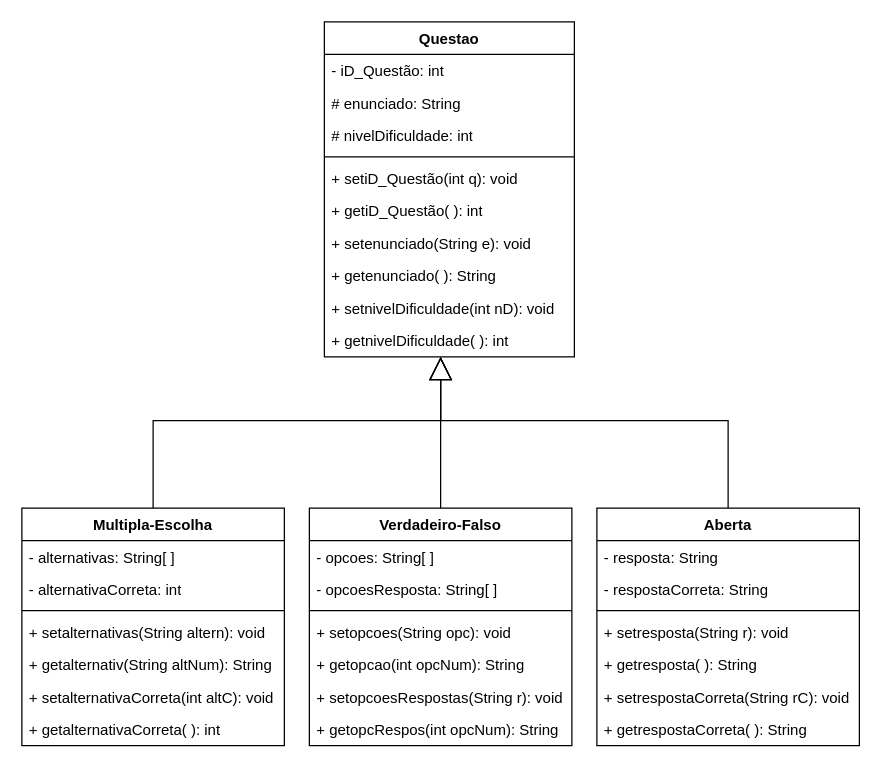
Before: diagramas/Classes/GAApD Classes.drawio in ogaiH007/Gerador-Automatico-de-Avaliacoes-para-Disciplinas, a draw.io diagram. Source tidied: cells renumbered, new cells numbered last; positions are measured from the earlier drawing's top-left corner, leaving out a move shared by most shapes. Both pictures are drawn from the tidied source at 125%, with x=0, y=0 at pixel (21, 21).
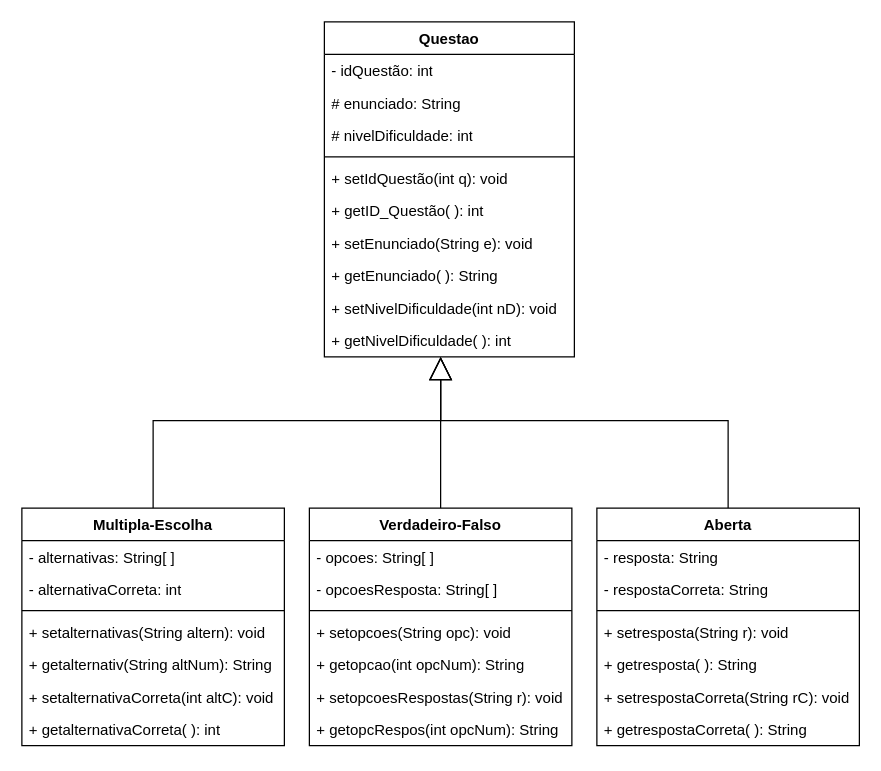
After the change.

The change refers to these unchanged cells:
```xml
<mxCell id="2" value="Questao" style="swimlane;fontStyle=1;align=center;verticalAlign=top;horizontal=1;startSize=26;whiteSpace=wrap;html=1;" parent="1" vertex="1">
  <mxGeometry x="242" width="200" height="268" as="geometry" />
</mxCell>
```

What changed in the source:
```diff
@@
-    <mxCell id="3" value="- iD_Questão: int" style="text;strokeColor=none;fillColor=none;align=left;verticalAlign=top;spacingLeft=4;spacingRight=4;overflow=hidden;whiteSpace=wrap;html=1;" parent="2" vertex="1">
+    <mxCell id="3" value="- idQuestão: int" style="text;strokeColor=none;fillColor=none;align=left;verticalAlign=top;spacingLeft=4;spacingRight=4;overflow=hidden;whiteSpace=wrap;html=1;" parent="2" vertex="1">
       <mxGeometry y="26" width="200" height="26" as="geometry" />
     </mxCell>
@@
-    <mxCell id="7" value="+ setiD_Questão(int q): void" style="text;strokeColor=none;fillColor=none;align=left;verticalAlign=top;spacingLeft=4;spacingRight=4;overflow=hidden;whiteSpace=wrap;html=1;" parent="2" vertex="1">
+    <mxCell id="7" value="+ setIdQuestão(int q): void" style="text;strokeColor=none;fillColor=none;align=left;verticalAlign=top;spacingLeft=4;spacingRight=4;overflow=hidden;whiteSpace=wrap;html=1;" parent="2" vertex="1">
       <mxGeometry y="112" width="200" height="26" as="geometry" />
     </mxCell>
-    <mxCell id="8" value="+ getiD_Questão( ): int" style="text;strokeColor=none;fillColor=none;align=left;verticalAlign=top;spacingLeft=4;spacingRight=4;overflow=hidden;whiteSpace=wrap;html=1;" parent="2" vertex="1">
+    <mxCell id="8" value="+ getID_Questão( ): int" style="text;strokeColor=none;fillColor=none;align=left;verticalAlign=top;spacingLeft=4;spacingRight=4;overflow=hidden;whiteSpace=wrap;html=1;" parent="2" vertex="1">
       <mxGeometry y="138" width="200" height="26" as="geometry" />
     </mxCell>
-    <mxCell id="9" value="+ setenunciado(String e): void" style="text;strokeColor=none;fillColor=none;align=left;verticalAlign=top;spacingLeft=4;spacingRight=4;overflow=hidden;whiteSpace=wrap;html=1;" parent="2" vertex="1">
+    <mxCell id="9" value="+ setEnunciado(String e): void" style="text;strokeColor=none;fillColor=none;align=left;verticalAlign=top;spacingLeft=4;spacingRight=4;overflow=hidden;whiteSpace=wrap;html=1;" parent="2" vertex="1">
       <mxGeometry y="164" width="200" height="26" as="geometry" />
     </mxCell>
-    <mxCell id="10" value="+ getenunciado( ): String" style="text;strokeColor=none;fillColor=none;align=left;verticalAlign=top;spacingLeft=4;spacingRight=4;overflow=hidden;whiteSpace=wrap;html=1;" parent="2" vertex="1">
+    <mxCell id="10" value="+ getEnunciado( ): String" style="text;strokeColor=none;fillColor=none;align=left;verticalAlign=top;spacingLeft=4;spacingRight=4;overflow=hidden;whiteSpace=wrap;html=1;" parent="2" vertex="1">
       <mxGeometry y="190" width="200" height="26" as="geometry" />
     </mxCell>
-    <mxCell id="11" value="+ setnivelDificuldade(int nD): void" style="text;strokeColor=none;fillColor=none;align=left;verticalAlign=top;spacingLeft=4;spacingRight=4;overflow=hidden;whiteSpace=wrap;html=1;" parent="2" vertex="1">
+    <mxCell id="11" value="+ setNivelDificuldade(int nD): void" style="text;strokeColor=none;fillColor=none;align=left;verticalAlign=top;spacingLeft=4;spacingRight=4;overflow=hidden;whiteSpace=wrap;html=1;" parent="2" vertex="1">
       <mxGeometry y="216" width="200" height="26" as="geometry" />
     </mxCell>
-    <mxCell id="12" value="+ getnivelDificuldade( ): int" style="text;strokeColor=none;fillColor=none;align=left;verticalAlign=top;spacingLeft=4;spacingRight=4;overflow=hidden;points=[[0,0.5],[1,0.5]];portConstraint=eastwest;whiteSpace=wrap;html=1;" parent="2" vertex="1">
+    <mxCell id="12" value="+ getNivelDificuldade( ): int" style="text;strokeColor=none;fillColor=none;align=left;verticalAlign=top;spacingLeft=4;spacingRight=4;overflow=hidden;points=[[0,0.5],[1,0.5]];portConstraint=eastwest;whiteSpace=wrap;html=1;" parent="2" vertex="1">
       <mxGeometry y="242" width="200" height="26" as="geometry" />
     </mxCell>
```
